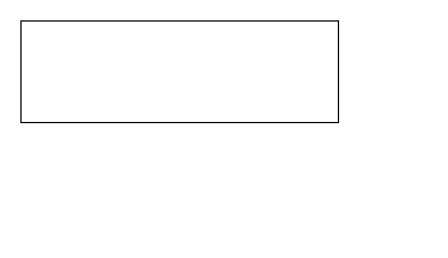
This is Untitled Diagram.drawio from youxiaomi/test, a draw.io file, before an edit. Source tidied: cells renumbered, new cells numbered last; positions are measured from the earlier drawing's top-left corner, leaving out a move shared by most shapes. Both pictures are drawn from the tidied source at 127%, with x=0, y=0 at pixel (20, 20).
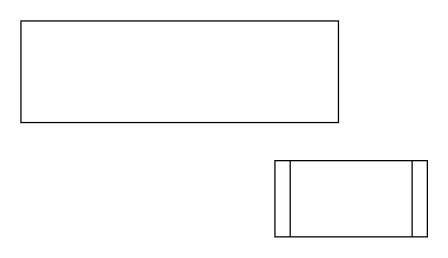
After the change.

What changed in the source:
```diff
@@
 <mxGraphModel>
   <root>
     <mxCell id="0" />
     <mxCell id="1" parent="0" />
     <mxCell id="2" style="rounded=0;whiteSpace=wrap;html=1;" parent="1" vertex="1">
       <mxGeometry width="250" height="80" as="geometry" />
     </mxCell>
+    <mxCell id="3" style="shape=process;whiteSpace=wrap;html=1;backgroundOutline=1;" parent="1" vertex="1">
+      <mxGeometry x="200" y="110" width="120" height="60" as="geometry" />
+    </mxCell>
   </root>
 </mxGraphModel>
```
